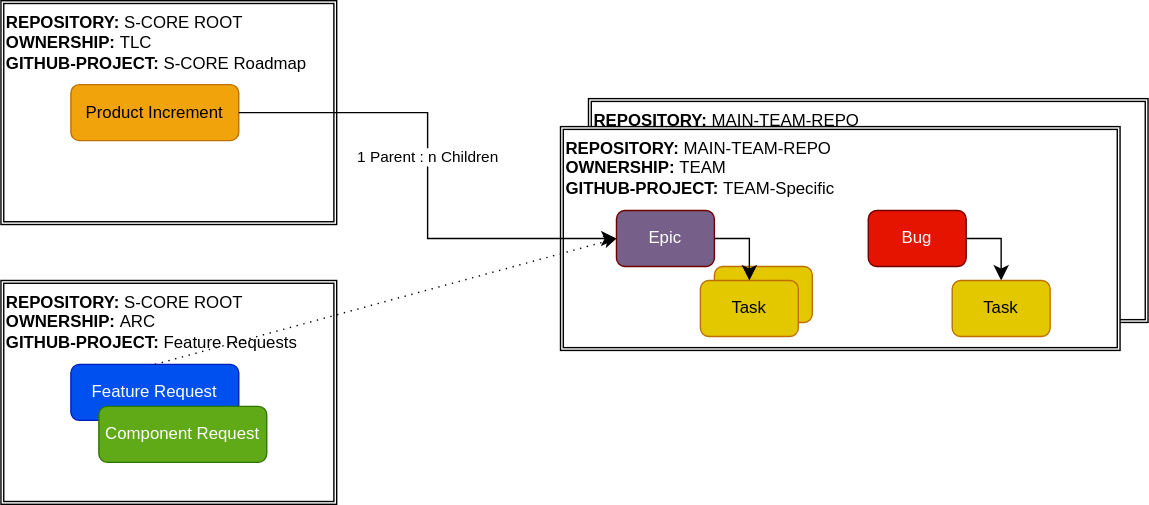
eclipse-score/score keeps this draw.io diagram as docs/platform_management_plan/_assets/score_project_management_planning_overview.drawio.svg. Above is the earlier version. Source tidied: cells renumbered, new cells last; positions are measured from the earlier drawing's top-left corner, leaving out a move shared by most shapes.
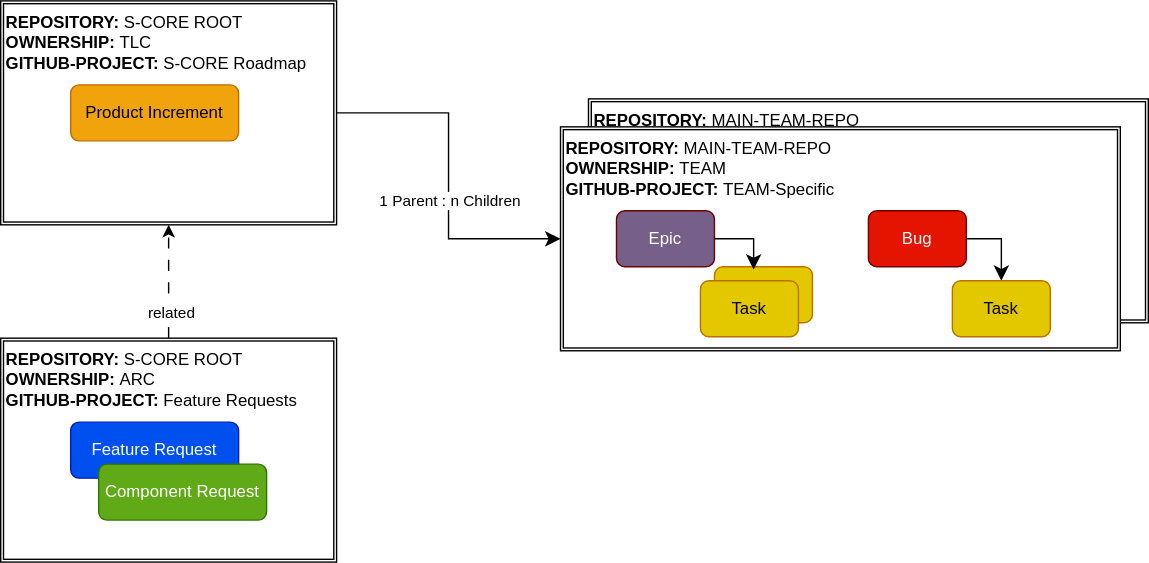
After the change.

Commit message:
+ process issue overview

Change to the diagram source:
```diff
@@ -12,10 +12,10 @@
       <mxGeometry x="50" y="60" width="120" height="40" as="geometry" />
     </mxCell>
     <mxCell id="5" value="&lt;div style=&quot;&quot;&gt;&lt;span style=&quot;background-color: transparent;&quot;&gt;&lt;b&gt;REPOSITORY:&lt;/b&gt; S-CORE ROOT&amp;nbsp;&lt;/span&gt;&lt;/div&gt;&lt;div&gt;&lt;b&gt;OWNERSHIP: &lt;/b&gt;ARC&lt;/div&gt;&lt;div&gt;&lt;b&gt;GITHUB-PROJECT:&lt;/b&gt; Feature Requests&lt;/div&gt;" style="shape=ext;double=1;rounded=0;whiteSpace=wrap;html=1;verticalAlign=top;align=left;" parent="1" vertex="1">
-      <mxGeometry y="200" width="240" height="160" as="geometry" />
+      <mxGeometry y="241" width="240" height="160" as="geometry" />
     </mxCell>
     <mxCell id="6" value="Feature Request" style="rounded=1;whiteSpace=wrap;html=1;fillColor=#0050ef;fontColor=#ffffff;strokeColor=#001DBC;" parent="1" vertex="1">
-      <mxGeometry x="50" y="260" width="120" height="40" as="geometry" />
+      <mxGeometry x="50" y="301" width="120" height="40" as="geometry" />
     </mxCell>
     <mxCell id="7" value="&lt;div style=&quot;&quot;&gt;&lt;span style=&quot;background-color: transparent;&quot;&gt;&lt;b&gt;REPOSITORY:&lt;/b&gt;&amp;nbsp;MAIN-TEAM-REPO&amp;nbsp;&lt;/span&gt;&lt;/div&gt;&lt;div&gt;&lt;b&gt;OWNERSHIP: &lt;/b&gt;TEAM&lt;/div&gt;&lt;div&gt;&lt;b&gt;GITHUB-PROJECT:&lt;/b&gt; TEAM-Specific&lt;/div&gt;" style="shape=ext;double=1;rounded=0;whiteSpace=wrap;html=1;verticalAlign=top;align=left;" parent="1" vertex="1">
       <mxGeometry x="400" y="90" width="400" height="160" as="geometry" />
@@ -23,18 +23,17 @@
     <mxCell id="8" value="Epic" style="rounded=1;whiteSpace=wrap;html=1;fillColor=#76608A;fontColor=#ffffff;strokeColor=#6F0000;" parent="1" vertex="1">
       <mxGeometry x="440" y="150" width="70" height="40" as="geometry" />
     </mxCell>
-    <mxCell id="9" style="edgeStyle=elbowEdgeStyle;elbow=horizontal;endArrow=classic;html=1;curved=0;rounded=0;endSize=8;startSize=8;exitX=1;exitY=0.5;exitDx=0;exitDy=0;" parent="1" edge="1" source="4" target="8">
-      <mxGeometry relative="1" as="geometry" />
+    <mxCell id="9" style="edgeStyle=elbowEdgeStyle;elbow=horizontal;endArrow=classic;html=1;curved=0;rounded=0;endSize=8;startSize=8;entryX=0;entryY=0.5;entryDx=0;entryDy=0;" parent="1" edge="1" target="7">
+      <mxGeometry relative="1" as="geometry">
+        <mxPoint x="240" y="80" as="sourcePoint" />
+      </mxGeometry>
     </mxCell>
     <mxCell id="10" value="1 Parent : n Children" style="edgeLabel;html=1;align=center;verticalAlign=middle;" parent="9" vertex="1">
-      <mxGeometry x="-0.08" y="-1" relative="1" as="geometry" />
+      <mxGeometry x="0.14" relative="1" as="geometry" />
     </mxCell>
     <mxCell id="11" value="Task" style="rounded=1;whiteSpace=wrap;html=1;fillColor=#E3C800;fontColor=#000000;strokeColor=#BD7000;" parent="1" vertex="1">
       <mxGeometry x="510" y="190" width="70" height="40" as="geometry" />
     </mxCell>
-    <mxCell id="12" style="endArrow=classic;html=1;exitX=0.5;exitY=0;exitDx=0;exitDy=0;dashed=1;dashPattern=1 4;entryX=0;entryY=0.5;entryDx=0;entryDy=0;" parent="1" edge="1" source="6" target="8">
-      <mxGeometry relative="1" as="geometry" />
-    </mxCell>
     <mxCell id="13" value="Bug" style="rounded=1;whiteSpace=wrap;html=1;fillColor=#E51400;fontColor=#ffffff;strokeColor=#6F0000;" parent="1" vertex="1">
       <mxGeometry x="620" y="150" width="70" height="40" as="geometry" />
     </mxCell>
@@ -47,11 +46,17 @@
     <mxCell id="16" value="Task" style="rounded=1;whiteSpace=wrap;html=1;fillColor=#E3C800;fontColor=#000000;strokeColor=#BD7000;" parent="1" vertex="1">
       <mxGeometry x="500" y="200" width="70" height="40" as="geometry" />
     </mxCell>
-    <mxCell id="17" style="edgeStyle=segmentEdgeStyle;endArrow=classic;html=1;curved=0;rounded=0;endSize=8;startSize=8;entryX=0.5;entryY=0;entryDx=0;entryDy=0;exitX=1;exitY=0.5;exitDx=0;exitDy=0;" parent="1" edge="1" source="8" target="16">
+    <mxCell id="17" style="edgeStyle=segmentEdgeStyle;endArrow=classic;html=1;curved=0;rounded=0;endSize=8;startSize=8;exitX=1;exitY=0.5;exitDx=0;exitDy=0;entryX=0.4;entryY=0.05;entryDx=0;entryDy=0;entryPerimeter=0;" parent="1" edge="1" source="8" target="11">
       <mxGeometry relative="1" as="geometry" />
     </mxCell>
     <mxCell id="18" value="Component Request" style="rounded=1;whiteSpace=wrap;html=1;fillColor=#60a917;fontColor=#ffffff;strokeColor=#2D7600;" parent="1" vertex="1">
-      <mxGeometry x="70" y="290" width="120" height="40" as="geometry" />
+      <mxGeometry x="70" y="331" width="120" height="40" as="geometry" />
     </mxCell>
+    <mxCell id="19" style="endArrow=classic;html=1;exitX=0.5;exitY=0;exitDx=0;exitDy=0;entryX=0.5;entryY=1;entryDx=0;entryDy=0;dashed=1;dashPattern=8 8;" parent="1" edge="1" source="5" target="3">
+      <mxGeometry relative="1" as="geometry" />
+    </mxCell>
+    <mxCell id="20" value="related" style="edgeLabel;html=1;align=center;verticalAlign=middle;" parent="19" vertex="1">
+      <mxGeometry x="-0.53" y="-1" relative="1" as="geometry" />
+    </mxCell>
   </root>
 </mxGraphModel>
```
